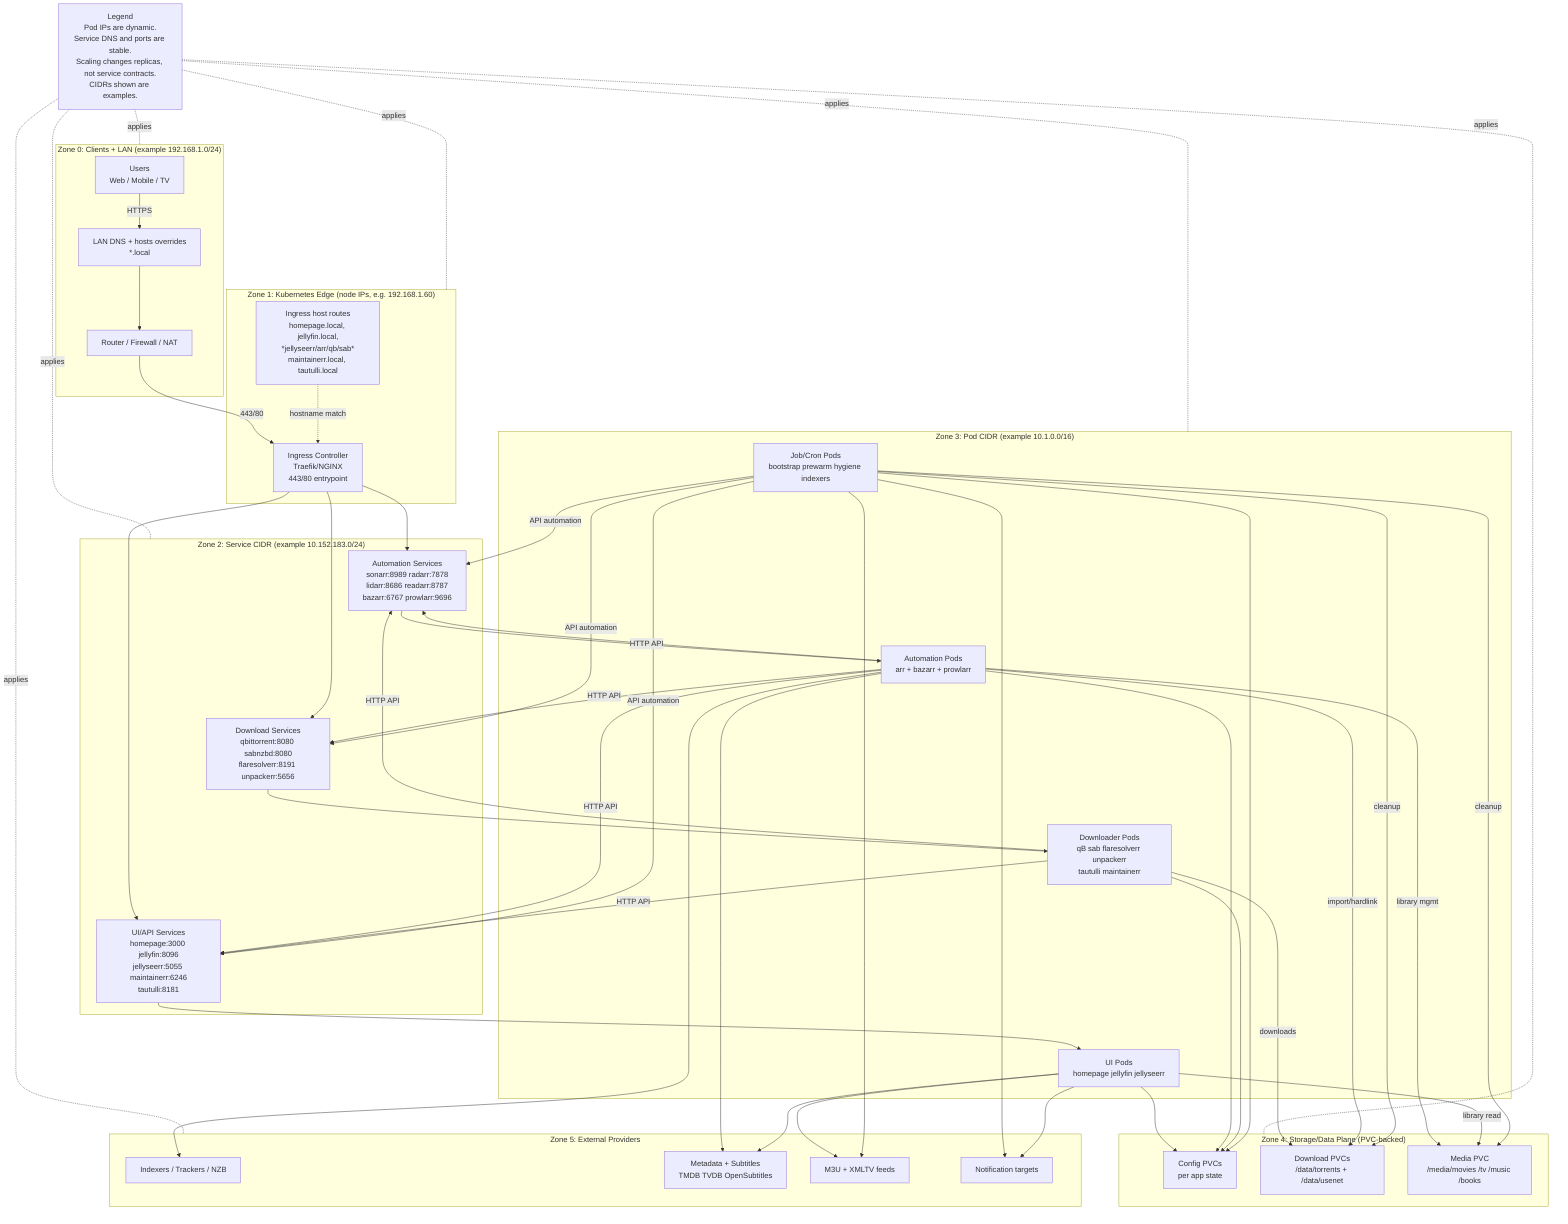
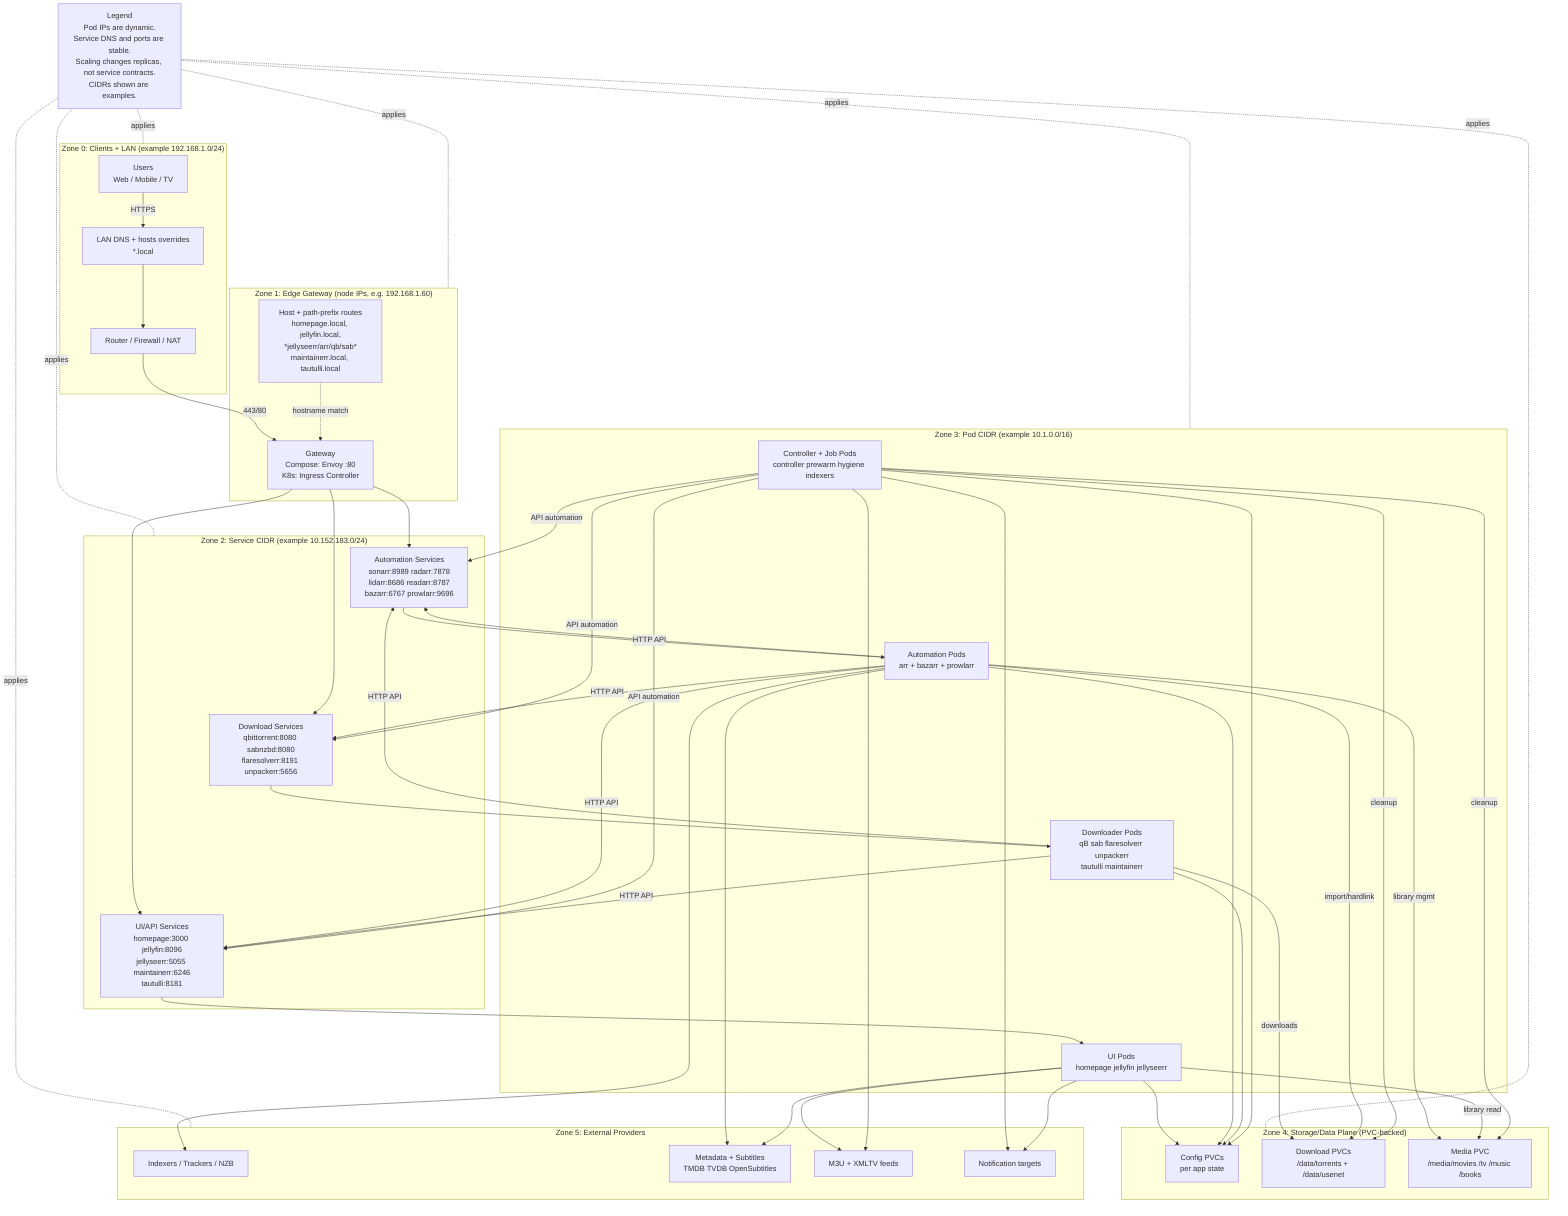
flowchart TD
  subgraph Z0["Zone 0: Clients + LAN (example 192.168.1.0/24)"]
    U["Users\nWeb / Mobile / TV"]
    DNS["LAN DNS + hosts overrides\n*.local"]
    FW["Router / Firewall / NAT"]
  end

-   subgraph Z1["Zone 1: Kubernetes Edge (node IPs, e.g. 192.168.1.60)"]
-     INGR["Ingress Controller\nTraefik/NGINX\n443/80 entrypoint"]
-     HOSTS["Ingress host routes\nhomepage.local, jellyfin.local,\n*jellyseerr/arr/qb/sab*\nmaintainerr.local, tautulli.local"]
+   subgraph Z1["Zone 1: Edge Gateway (node IPs, e.g. 192.168.1.60)"]
+     INGR["Gateway\nCompose: Envoy :80\nK8s: Ingress Controller"]
+     HOSTS["Host + path-prefix routes\nhomepage.local, jellyfin.local,\n*jellyseerr/arr/qb/sab*\nmaintainerr.local, tautulli.local"]
  end

  subgraph Z2["Zone 2: Service CIDR (example 10.152.183.0/24)"]
    S_UI["UI/API Services\nhomepage:3000 jellyfin:8096\njellyseerr:5055 maintainerr:6246\ntautulli:8181"]
    S_AUT["Automation Services\nsonarr:8989 radarr:7878\nlidarr:8686 readarr:8787\nbazarr:6767 prowlarr:9696"]
    S_DL["Download Services\nqbittorrent:8080 sabnzbd:8080\nflaresolverr:8191 unpackerr:5656"]
  end

  subgraph Z3["Zone 3: Pod CIDR (example 10.1.0.0/16)"]
    P_UI["UI Pods\nhomepage jellyfin jellyseerr"]
    P_AUT["Automation Pods\narr + bazarr + prowlarr"]
    P_DL["Downloader Pods\nqB sab flaresolverr unpackerr\ntautulli maintainerr"]
-     P_JOB["Job/Cron Pods\nbootstrap prewarm hygiene indexers"]
+     P_JOB["Controller + Job Pods\ncontroller prewarm hygiene indexers"]
  end

  subgraph Z4["Zone 4: Storage/Data Plane (PVC-backed)"]
    PVC_CFG["Config PVCs\nper app state"]
    PVC_DATA["Download PVCs\n/data/torrents + /data/usenet"]
    PVC_MEDIA["Media PVC\n/media/movies /tv /music /books"]
  end

  subgraph Z5["Zone 5: External Providers"]
    IDX["Indexers / Trackers / NZB"]
    META["Metadata + Subtitles\nTMDB TVDB OpenSubtitles"]
    IPTV["M3U + XMLTV feeds"]
    NTFY["Notification targets"]
  end

  LEG["Legend\nPod IPs are dynamic.\nService DNS and ports are stable.\nScaling changes replicas, not service contracts.\nCIDRs shown are examples."]

  U -->|HTTPS| DNS --> FW -->|443/80| INGR
  HOSTS -. hostname match .-> INGR

  INGR --> S_UI
  INGR --> S_AUT
  INGR --> S_DL

  S_UI --> P_UI
  S_AUT --> P_AUT
  S_DL --> P_DL

  P_AUT -->|HTTP API| S_DL
  P_AUT -->|HTTP API| S_AUT
  P_AUT -->|HTTP API| S_UI
  P_DL -->|HTTP API| S_AUT
  P_DL -->|HTTP API| S_UI
  P_JOB -->|API automation| S_UI
  P_JOB -->|API automation| S_AUT
  P_JOB -->|API automation| S_DL

  P_UI --> PVC_CFG
  P_AUT --> PVC_CFG
  P_DL --> PVC_CFG
  P_JOB --> PVC_CFG

  P_DL -->|downloads| PVC_DATA
  P_AUT -->|import/hardlink| PVC_DATA
  P_AUT -->|library mgmt| PVC_MEDIA
  P_UI -->|library read| PVC_MEDIA
  P_JOB -->|cleanup| PVC_DATA
  P_JOB -->|cleanup| PVC_MEDIA

  P_AUT --> IDX
  P_AUT --> META
  P_UI --> META
  P_UI --> IPTV
  P_JOB --> IPTV
  P_JOB --> NTFY
  P_UI --> NTFY

  LEG -. applies .- Z0
  LEG -. applies .- Z1
  LEG -. applies .- Z2
  LEG -. applies .- Z3
  LEG -. applies .- Z4
  LEG -. applies .- Z5
